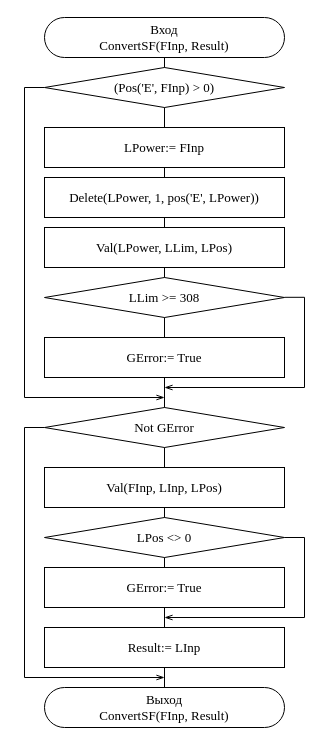
Before: page "ConvertSF" (6 of 6) of OAiP/Course/Scheme/GUI.drawio in Hummel009/Delphi-Projects, a draw.io diagram. Source tidied: cells renumbered, new cells numbered last; positions are measured from the earlier drawing's top-left corner, leaving out a move shared by most shapes. Both pictures are drawn from the tidied source at 100%, with x=0, y=0 at pixel (24, 17).
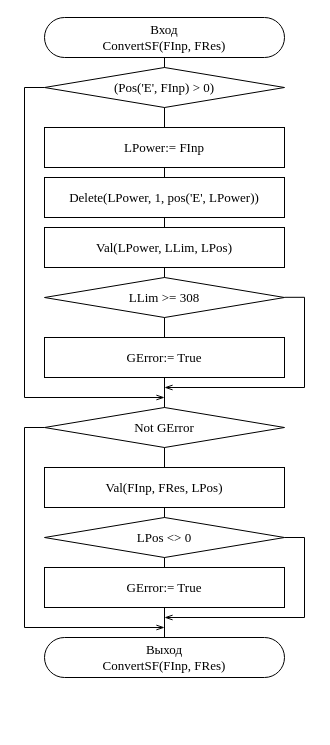
Above is the later version.

Unchanged cells that the change refers to:
```xml
<mxCell id="14" value="Not GError" style="rhombus;whiteSpace=wrap;html=1;rounded=0;strokeWidth=1;fontFamily=Times New Roman;fontSize=13;" parent="1" vertex="1">
  <mxGeometry x="20" y="390" width="240" height="40" as="geometry" />
</mxCell>
```

Diff of the diagram source:
```diff
@@
-    <mxCell id="3" value="Вход&lt;br style=&quot;font-size: 13px&quot;&gt;ConvertSF(FInp, Result)" style="rounded=1;whiteSpace=wrap;html=1;arcSize=50;fontFamily=Times New Roman;fontSize=13;" parent="1" vertex="1">
+    <mxCell id="3" value="Вход&lt;br style=&quot;font-size: 13px&quot;&gt;ConvertSF(FInp, FRes)" style="rounded=1;whiteSpace=wrap;html=1;arcSize=50;fontFamily=Times New Roman;fontSize=13;" parent="1" vertex="1">
       <mxGeometry x="20" width="240" height="40" as="geometry" />
     </mxCell>
@@
-    <mxCell id="7" value="&lt;span style=&quot;font-size: 13px&quot;&gt;Выход&lt;/span&gt;&lt;br style=&quot;font-size: 13px&quot;&gt;ConvertSF(FInp, Result)" style="rounded=1;whiteSpace=wrap;html=1;arcSize=50;fontFamily=Times New Roman;fontSize=13;" parent="1" vertex="1">
-      <mxGeometry x="20" y="670" width="240" height="40" as="geometry" />
+    <mxCell id="7" value="&lt;span style=&quot;font-size: 13px&quot;&gt;Выход&lt;/span&gt;&lt;br style=&quot;font-size: 13px&quot;&gt;ConvertSF(FInp, FRes)" style="rounded=1;whiteSpace=wrap;html=1;arcSize=50;fontFamily=Times New Roman;fontSize=13;" parent="1" vertex="1">
+      <mxGeometry x="20" y="620" width="240" height="40" as="geometry" />
     </mxCell>
@@
-    <mxCell id="13" value="Val(FInp, LInp, LPos)" style="rounded=0;whiteSpace=wrap;html=1;fontSize=13;fontFamily=Times New Roman;" parent="1" vertex="1">
+    <mxCell id="13" value="Val(FInp, FRes, LPos)" style="rounded=0;whiteSpace=wrap;html=1;fontSize=13;fontFamily=Times New Roman;" parent="1" vertex="1">
       <mxGeometry x="20" y="450" width="240" height="40" as="geometry" />
     </mxCell>
@@
     <mxCell id="18" style="endArrow=openThin;html=1;fontFamily=Courier New;fontSize=13;endFill=0;exitX=0;exitY=0.5;exitDx=0;exitDy=0;rounded=0;edgeStyle=orthogonalEdgeStyle;" parent="1" edge="1" source="14">
       <mxGeometry relative="1" as="geometry">
-        <mxPoint x="140" y="660" as="targetPoint" />
+        <mxPoint x="140" y="610" as="targetPoint" />
         <Array as="points">
           <mxPoint y="410" />
-          <mxPoint y="660" />
-          <mxPoint x="140" y="660" />
+          <mxPoint y="610" />
+          <mxPoint x="140" y="610" />
         </Array>
       </mxGeometry>
     </mxCell>
-    <mxCell id="19" value="Result:= LInp" style="rounded=0;whiteSpace=wrap;html=1;fontSize=13;fontFamily=Times New Roman;" parent="1" vertex="1">
-      <mxGeometry x="20" y="610" width="240" height="40" as="geometry" />
-    </mxCell>
```
